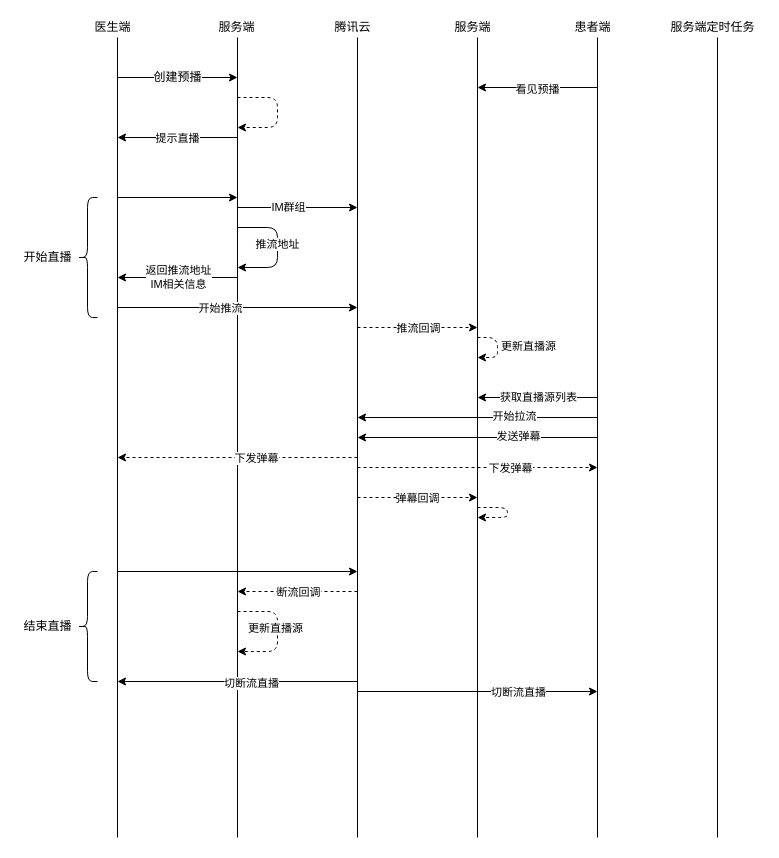
Before: 直播交互流程图.drawio in qq584686739/draw, a draw.io diagram. Source tidied: cells renumbered, new cells numbered last; positions are measured from the earlier drawing's top-left corner, leaving out a move shared by most shapes. Both pictures are drawn from the tidied source at 100%, with x=0, y=0 at pixel (17, 17).
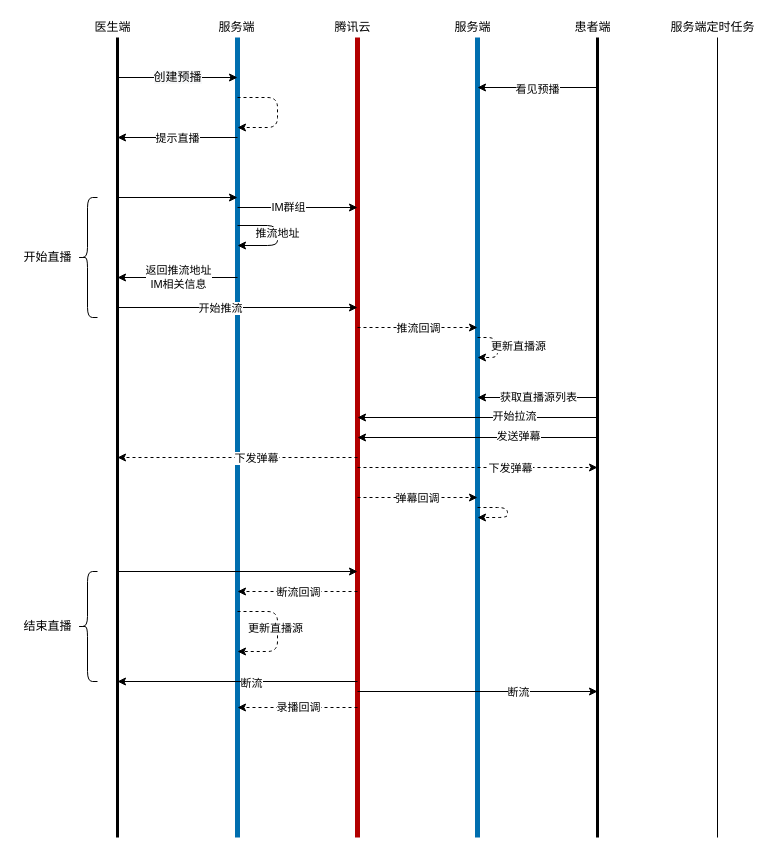
The same diagram, later.

Commit message:
Update 直播交互流程图.drawio

The change refers to these unchanged cells:
```xml
<mxCell id="34" style="endArrow=classic;html=1;dashed=1;" parent="1" edge="1">
  <mxGeometry relative="1" as="geometry">
    <mxPoint x="460" y="320" as="sourcePoint" />
    <mxPoint x="460" y="340" as="targetPoint" />
    <Array as="points">
      <mxPoint x="480" y="320" />
      <mxPoint x="480" y="340" />
    </Array>
  </mxGeometry>
</mxCell>
<mxCell id="49" style="endArrow=classic;html=1;" parent="1" edge="1">
  <mxGeometry relative="1" as="geometry">
    <mxPoint x="340" y="664" as="sourcePoint" />
    <mxPoint x="100" y="664" as="targetPoint" />
  </mxGeometry>
</mxCell>
<mxCell id="51" style="endArrow=classic;html=1;" parent="1" edge="1">
  <mxGeometry relative="1" as="geometry">
    <mxPoint x="340" y="674" as="sourcePoint" />
    <mxPoint x="580" y="674" as="targetPoint" />
  </mxGeometry>
</mxCell>
```

Diff of the diagram source:
```diff
@@
-    <mxCell id="2" style="endArrow=none;html=1;" parent="1" edge="1">
+    <mxCell id="2" style="endArrow=none;html=1;strokeWidth=3;" parent="1" edge="1">
       <mxGeometry relative="1" as="geometry">
         <mxPoint x="100" y="820" as="sourcePoint" />
         <mxPoint x="100" y="20" as="targetPoint" />
       </mxGeometry>
     </mxCell>
-    <mxCell id="3" style="endArrow=none;html=1;" parent="1" edge="1">
+    <mxCell id="3" style="endArrow=none;html=1;fillColor=#1ba1e2;strokeColor=#006EAF;strokeWidth=5;" parent="1" edge="1">
       <mxGeometry relative="1" as="geometry">
         <mxPoint x="220" y="820" as="sourcePoint" />
         <mxPoint x="220" y="20" as="targetPoint" />
       </mxGeometry>
     </mxCell>
-    <mxCell id="4" style="endArrow=none;html=1;" parent="1" edge="1">
+    <mxCell id="4" style="endArrow=none;html=1;fillColor=#e51400;strokeColor=#B20000;strokeWidth=5;" parent="1" edge="1">
       <mxGeometry relative="1" as="geometry">
         <mxPoint x="340" y="820" as="sourcePoint" />
         <mxPoint x="340" y="20" as="targetPoint" />
       </mxGeometry>
     </mxCell>
@@
-    <mxCell id="10" style="endArrow=none;html=1;" parent="1" edge="1">
+    <mxCell id="10" style="endArrow=none;html=1;fillColor=#1ba1e2;strokeColor=#006EAF;strokeWidth=5;" parent="1" edge="1">
       <mxGeometry relative="1" as="geometry">
         <mxPoint x="460" y="820" as="sourcePoint" />
         <mxPoint x="460" y="20" as="targetPoint" />
       </mxGeometry>
     </mxCell>
-    <mxCell id="11" style="endArrow=none;html=1;" parent="1" edge="1">
+    <mxCell id="11" style="endArrow=none;html=1;strokeWidth=3;" parent="1" edge="1">
       <mxGeometry relative="1" as="geometry">
         <mxPoint x="580" y="820" as="sourcePoint" />
         <mxPoint x="580" y="20" as="targetPoint" />
       </mxGeometry>
     </mxCell>
@@
     <mxCell id="22" style="endArrow=classic;html=1;" parent="1" edge="1">
       <mxGeometry relative="1" as="geometry">
-        <mxPoint x="220" y="210" as="sourcePoint" />
-        <mxPoint x="220" y="250" as="targetPoint" />
+        <mxPoint x="220" y="208" as="sourcePoint" />
+        <mxPoint x="220" y="228" as="targetPoint" />
         <Array as="points">
-          <mxPoint x="260" y="210" />
-          <mxPoint x="260" y="250" />
+          <mxPoint x="260" y="208" />
+          <mxPoint x="260" y="228" />
         </Array>
       </mxGeometry>
     </mxCell>
@@
     <mxCell id="35" value="更新直播源" style="edgeLabel;html=1;align=center;verticalAlign=middle;" parent="34" vertex="1">
       <mxGeometry x="-0.08" y="-2" relative="1" as="geometry">
-        <mxPoint x="32" as="offset" />
+        <mxPoint x="22" as="offset" />
       </mxGeometry>
     </mxCell>
@@
-    <mxCell id="50" value="切断流直播" style="edgeLabel;html=1;align=center;verticalAlign=middle;" parent="49" vertex="1">
+    <mxCell id="50" value="断流" style="edgeLabel;html=1;align=center;verticalAlign=middle;" parent="49" vertex="1">
       <mxGeometry x="-0.11" y="1" relative="1" as="geometry" />
     </mxCell>
@@
-    <mxCell id="52" value="切断流直播" style="edgeLabel;html=1;align=center;verticalAlign=middle;" parent="51" vertex="1">
+    <mxCell id="52" value="断流" style="edgeLabel;html=1;align=center;verticalAlign=middle;" parent="51" vertex="1">
       <mxGeometry x="-0.61" relative="1" as="geometry">
         <mxPoint x="113.6" as="offset" />
       </mxGeometry>
     </mxCell>
@@
+    <mxCell id="60" style="endArrow=classic;html=1;dashed=1;" parent="1" edge="1">
+      <mxGeometry relative="1" as="geometry">
+        <mxPoint x="340" y="690" as="sourcePoint" />
+        <mxPoint x="220" y="690" as="targetPoint" />
+      </mxGeometry>
+    </mxCell>
+    <mxCell id="61" value="录播回调" style="edgeLabel;html=1;align=center;verticalAlign=middle;" parent="60" vertex="1">
+      <mxGeometry x="0.34" y="-1" relative="1" as="geometry">
+        <mxPoint x="20" as="offset" />
+      </mxGeometry>
+    </mxCell>
```
